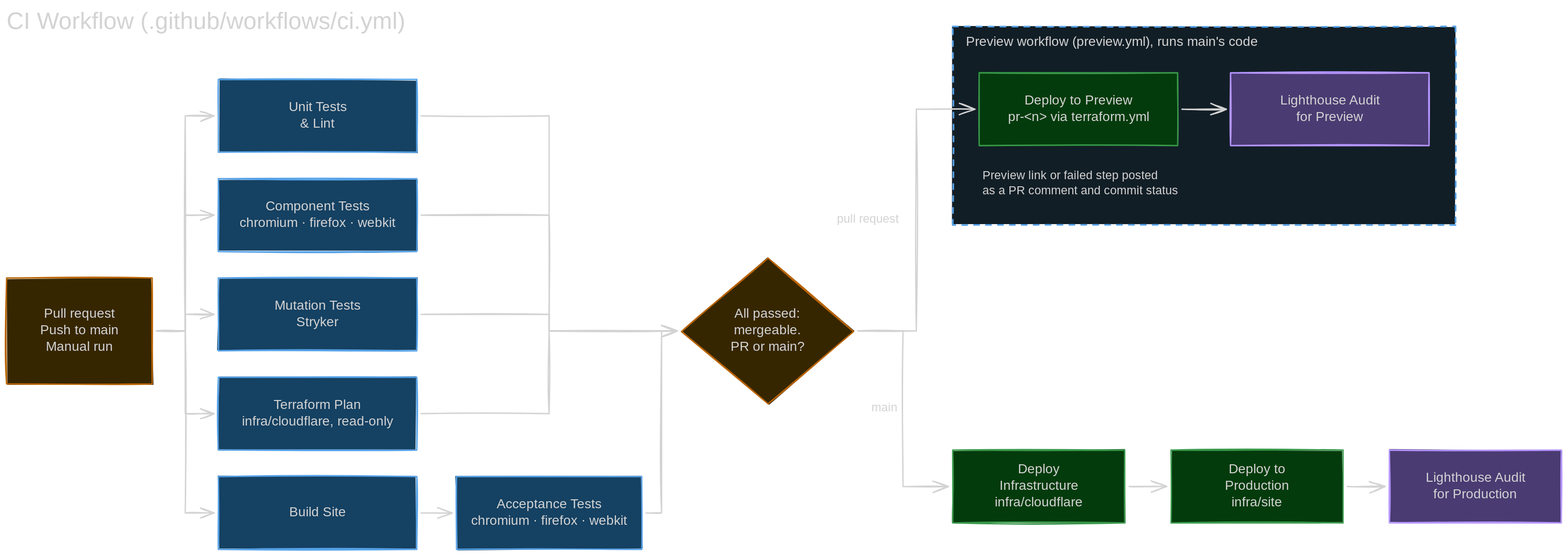
Earlier version of the Excalidraw export docs/ci-flow.svg (nikoheikkila/nikoheikkila.fi). Source tidied: one line per element, renumbered; positions are measured from the earlier drawing's top-left corner, leaving out a move shared by most shapes.
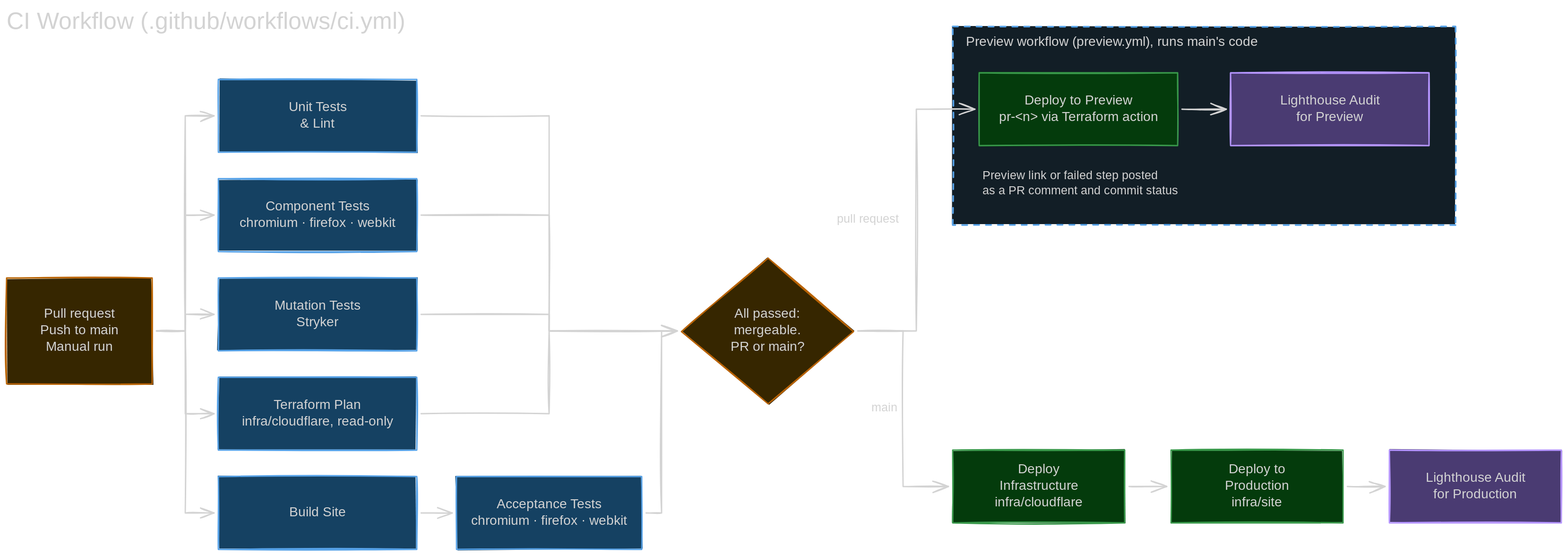
Later version of the same file.

Commit message:
ci(terraform): replace reusable workflow with composite action

Diff of the diagram source:
```diff
@@ -41,7 +41,7 @@
 {"id": 40, "type": "text", "text": "Build Site", "strokeColor": "#d3d3d3", "strokeWidth": 2, "roughness": 1, "fontSize": 20, "fontFamily": 5, "textAlign": "center", "verticalAlign": "middle", "inside": 10, "x": 430, "y": 752, "width": 81, "height": 25}
 {"id": 41, "type": "text", "text": "Acceptance Tests\nchromium · firefox · webkit", "strokeColor": "#d3d3d3", "strokeWidth": 2, "roughness": 1, "fontSize": 20, "fontFamily": 5, "textAlign": "center", "verticalAlign": "middle", "inside": 12, "x": 710, "y": 740, "width": 220, "height": 50}
 {"id": 42, "type": "text", "text": "All passed:\nmergeable.\nPR or main?", "strokeColor": "#d3d3d3", "strokeWidth": 2, "roughness": 1, "fontSize": 20, "fontFamily": 5, "textAlign": "center", "verticalAlign": "middle", "inside": 14, "x": 1100, "y": 452, "width": 100, "height": 75}
-{"id": 43, "type": "text", "text": "Deploy to Preview\npr-<n> via terraform.yml", "strokeColor": "#d3d3d3", "strokeWidth": 2, "roughness": 1, "fontSize": 20, "fontFamily": 5, "textAlign": "center", "verticalAlign": "middle", "inside": 22, "x": 1519, "y": 130, "width": 202, "height": 50}
+{"id": 43, "type": "text", "text": "Deploy to Preview\npr-<n> via Terraform action", "strokeColor": "#d3d3d3", "strokeWidth": 2, "roughness": 1, "fontSize": 20, "fontFamily": 5, "textAlign": "center", "verticalAlign": "middle", "inside": 22, "x": 1519, "y": 130, "width": 202, "height": 50}
 {"id": 44, "type": "text", "text": "Lighthouse Audit\nfor Preview", "strokeColor": "#d3d3d3", "strokeWidth": 2, "roughness": 1, "fontSize": 20, "fontFamily": 5, "textAlign": "center", "verticalAlign": "middle", "inside": 23, "x": 1930, "y": 130, "width": 141, "height": 50}
 {"id": 45, "type": "text", "text": "Deploy\nInfrastructure\ninfra/cloudflare", "strokeColor": "#d3d3d3", "strokeWidth": 2, "roughness": 1, "fontSize": 20, "fontFamily": 5, "textAlign": "center", "verticalAlign": "middle", "inside": 28, "x": 1498, "y": 688, "width": 123, "height": 75}
 {"id": 46, "type": "text", "text": "Deploy to\nProduction\ninfra/site", "strokeColor": "#d3d3d3", "strokeWidth": 2, "roughness": 1, "fontSize": 20, "fontFamily": 5, "textAlign": "center", "verticalAlign": "middle", "inside": 29, "x": 1846, "y": 688, "width": 88, "height": 75}
```
